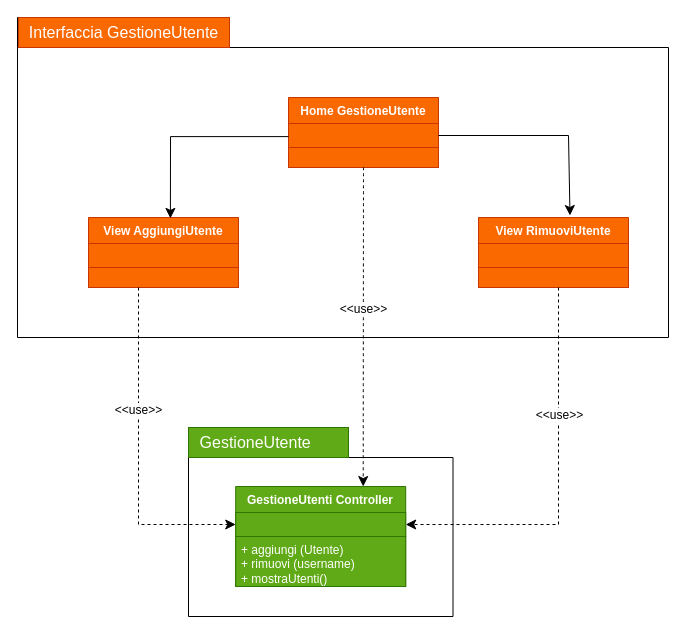
The draw.io diagram Diagrammi_Package/Diagramma senza titolo.drawio in JosephBoom02/Progetto_Ingegneria_del_Software, before the edit. Source tidied: cells renumbered, new cells numbered last; positions are measured from the earlier drawing's top-left corner, leaving out a move shared by most shapes. Both pictures are drawn from the tidied source at 100%, with x=0, y=0 at pixel (17, 17).
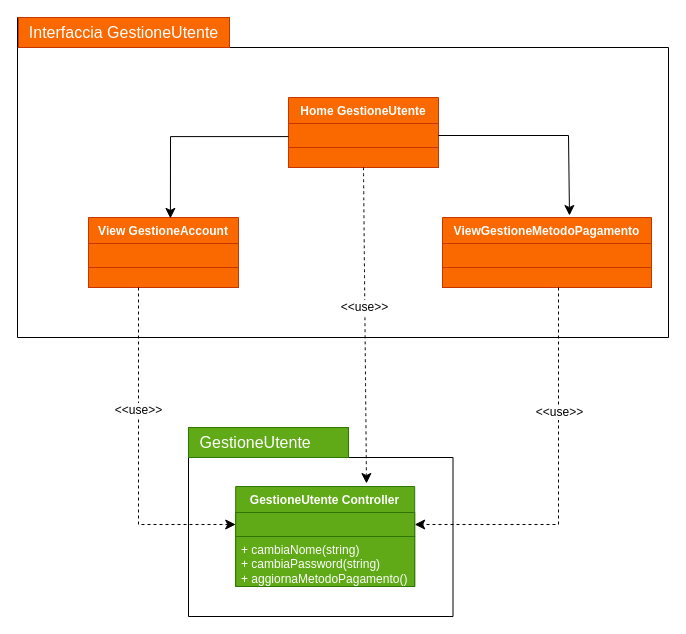
The same page after the edit.

Unchanged cells that the change refers to:
```xml
<mxCell id="15" value="&lt;font color=&quot;#ffffff&quot;&gt;Home GestioneUtente&lt;br&gt;&lt;/font&gt;" style="swimlane;fontStyle=1;align=center;verticalAlign=top;horizontal=1;startSize=26;whiteSpace=wrap;html=1;fillColor=#fa6800;fontColor=#000000;strokeColor=#C73500;" parent="1" vertex="1">
  <mxGeometry x="271" y="80" width="150" height="70" as="geometry" />
</mxCell>
<mxCell id="16" style="text;strokeColor=#C73500;fillColor=#fa6800;align=left;verticalAlign=top;spacingLeft=4;spacingRight=4;overflow=hidden;points=[[0,0.5],[1,0.5]];portConstraint=eastwest;whiteSpace=wrap;html=1;fontColor=#000000;" parent="15" vertex="1">
  <mxGeometry y="26" width="150" height="24" as="geometry" />
</mxCell>
```

Diff of the diagram source:
```diff
@@
-    <mxCell id="7" value="&lt;font color=&quot;#ffffff&quot;&gt;View AggiungiUtente&lt;/font&gt;" style="swimlane;fontStyle=1;align=center;verticalAlign=top;horizontal=1;startSize=26;whiteSpace=wrap;html=1;fillColor=#fa6800;fontColor=#000000;strokeColor=#C73500;" parent="1" vertex="1">
+    <mxCell id="7" value="&lt;font color=&quot;#ffffff&quot;&gt;View GestioneAccount&lt;br&gt;&lt;/font&gt;" style="swimlane;fontStyle=1;align=center;verticalAlign=top;horizontal=1;startSize=26;whiteSpace=wrap;html=1;fillColor=#fa6800;fontColor=#000000;strokeColor=#C73500;" parent="1" vertex="1">
       <mxGeometry x="71" y="200" width="150" height="70" as="geometry" />
     </mxCell>
@@
-    <mxCell id="11" value="&lt;font color=&quot;#ffffff&quot;&gt;View RimuoviUtente&lt;/font&gt;" style="swimlane;fontStyle=1;align=center;verticalAlign=top;horizontal=1;startSize=26;whiteSpace=wrap;html=1;fillColor=#fa6800;fontColor=#000000;strokeColor=#C73500;" parent="1" vertex="1">
-      <mxGeometry x="461" y="200" width="150" height="70" as="geometry" />
+    <mxCell id="11" value="&lt;font color=&quot;#ffffff&quot;&gt;ViewGestioneMetodoPagamento&lt;/font&gt;" style="swimlane;fontStyle=1;align=center;verticalAlign=top;horizontal=1;startSize=26;whiteSpace=wrap;html=1;fillColor=#fa6800;fontColor=#000000;strokeColor=#C73500;" parent="1" vertex="1">
+      <mxGeometry x="425" y="200" width="209" height="70" as="geometry" />
     </mxCell>
     <mxCell id="12" style="text;strokeColor=#C73500;fillColor=#fa6800;align=left;verticalAlign=top;spacingLeft=4;spacingRight=4;overflow=hidden;whiteSpace=wrap;html=1;fontColor=#000000;" parent="11" vertex="1">
-      <mxGeometry y="26" width="150" height="24" as="geometry" />
+      <mxGeometry y="26" width="209" height="24" as="geometry" />
     </mxCell>
     <mxCell id="13" style="line;strokeWidth=1;fillColor=#fa6800;align=left;verticalAlign=middle;spacingTop=-1;spacingLeft=3;spacingRight=3;labelPosition=right;strokeColor=#FF8000;fontColor=#000000;" parent="11" vertex="1">
-      <mxGeometry y="50" width="150" as="geometry" />
+      <mxGeometry y="50" width="209" as="geometry" />
     </mxCell>
     <mxCell id="14" value="&lt;div&gt;&lt;br&gt;&lt;/div&gt;&lt;div&gt;&lt;br&gt;&lt;/div&gt;" style="text;strokeColor=#C73500;fillColor=#fa6800;align=left;verticalAlign=top;spacingLeft=4;spacingRight=4;overflow=hidden;whiteSpace=wrap;html=1;fontColor=#000000;" parent="11" vertex="1">
-      <mxGeometry y="50" width="150" height="20" as="geometry" />
+      <mxGeometry y="50" width="209" height="20" as="geometry" />
     </mxCell>
@@
-    <mxCell id="19" value="&lt;font color=&quot;#ffffff&quot;&gt;GestioneUtenti Controller&lt;br&gt;&lt;/font&gt;" style="swimlane;fontStyle=1;align=center;verticalAlign=top;horizontal=1;startSize=26;whiteSpace=wrap;html=1;fillColor=#60a917;fontColor=#ffffff;strokeColor=#2D7600;" parent="1" vertex="1">
-      <mxGeometry x="218.2" y="469" width="170" height="100" as="geometry" />
+    <mxCell id="19" value="&lt;font color=&quot;#ffffff&quot;&gt;GestioneUtente Controller&lt;br&gt;&lt;/font&gt;" style="swimlane;fontStyle=1;align=center;verticalAlign=top;horizontal=1;startSize=26;whiteSpace=wrap;html=1;fillColor=#60a917;fontColor=#ffffff;strokeColor=#2D7600;" parent="1" vertex="1">
+      <mxGeometry x="218.2" y="469" width="179" height="100" as="geometry" />
     </mxCell>
     <mxCell id="20" style="text;strokeColor=#2D7600;fillColor=#60a917;align=left;verticalAlign=top;spacingLeft=4;spacingRight=4;overflow=hidden;points=[[0,0.5],[1,0.5]];portConstraint=eastwest;whiteSpace=wrap;html=1;fontColor=#ffffff;" parent="19" vertex="1">
-      <mxGeometry y="26" width="170" height="24" as="geometry" />
+      <mxGeometry y="26" width="179" height="24" as="geometry" />
     </mxCell>
     <mxCell id="21" style="line;strokeWidth=1;fillColor=#fa6800;align=left;verticalAlign=middle;spacingTop=-1;spacingLeft=3;spacingRight=3;labelPosition=right;strokeColor=#FF8000;fontColor=#000000;" parent="19" vertex="1">
-      <mxGeometry y="50" width="170" as="geometry" />
+      <mxGeometry y="50" width="179" as="geometry" />
     </mxCell>
-    <mxCell id="22" value="&lt;div&gt;+ aggiungi (Utente)&lt;/div&gt;&lt;div&gt;+ rimuovi (username)&lt;/div&gt;&lt;div&gt;+ mostraUtenti()&lt;br&gt;&lt;/div&gt;" style="text;strokeColor=#2D7600;fillColor=#60a917;align=left;verticalAlign=top;spacingLeft=4;spacingRight=4;overflow=hidden;whiteSpace=wrap;html=1;fontColor=#ffffff;" parent="19" vertex="1">
-      <mxGeometry y="50" width="170" height="50" as="geometry" />
+    <mxCell id="22" value="&lt;div&gt;+ cambiaNome(string)&lt;/div&gt;&lt;div&gt;+ cambiaPassword(string)&lt;br&gt;&lt;/div&gt;&lt;div&gt;+ aggiornaMetodoPagamento()&lt;br&gt;&lt;/div&gt;" style="text;strokeColor=#2D7600;fillColor=#60a917;align=left;verticalAlign=top;spacingLeft=4;spacingRight=4;overflow=hidden;whiteSpace=wrap;html=1;fontColor=#ffffff;" parent="19" vertex="1">
+      <mxGeometry y="50" width="179" height="50" as="geometry" />
     </mxCell>
-    <mxCell id="23" style="edgeStyle=none;curved=1;rounded=0;jettySize=auto;html=1;exitX=0.5;exitY=1;exitDx=0;exitDy=0;fontSize=12;startSize=8;endSize=8;entryX=0.75;entryY=0;entryDx=0;entryDy=0;dashed=1;" parent="1" edge="1" source="15" target="19">
-      <mxGeometry relative="1" as="geometry" />
+    <mxCell id="23" style="edgeStyle=none;curved=1;rounded=0;jettySize=auto;html=1;exitX=0.5;exitY=1;exitDx=0;exitDy=0;fontSize=12;startSize=8;endSize=8;dashed=1;" parent="1" edge="1" source="15">
+      <mxGeometry relative="1" as="geometry">
+        <mxPoint x="349" y="466" as="targetPoint" />
+      </mxGeometry>
     </mxCell>
@@
-    <mxCell id="30" style="edgeStyle=none;curved=0;rounded=0;jettySize=auto;html=1;exitX=1;exitY=0.5;exitDx=0;exitDy=0;fontSize=12;startSize=8;endSize=8;entryX=0.61;entryY=-0.028;entryDx=0;entryDy=0;entryPerimeter=0;" parent="1" edge="1" source="16" target="11">
+    <mxCell id="30" style="edgeStyle=none;curved=0;rounded=0;jettySize=auto;html=1;exitX=1;exitY=0.5;exitDx=0;exitDy=0;fontSize=12;startSize=8;endSize=8;" parent="1" edge="1" source="16">
       <mxGeometry relative="1" as="geometry">
+        <mxPoint x="552" y="198" as="targetPoint" />
         <Array as="points">
           <mxPoint x="551" y="118" />
         </Array>
       </mxGeometry>
     </mxCell>
```
